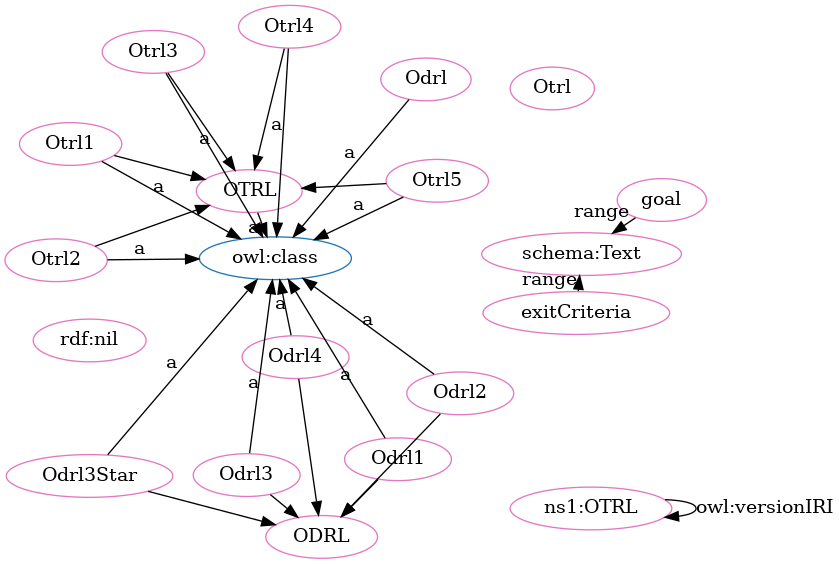
This is OTRL-clean.png from OPEN-NEXT/OKH-LOSH, a Graphviz export, as it was before one commit. Its source is kept beside it as OTRL-clean.dot.
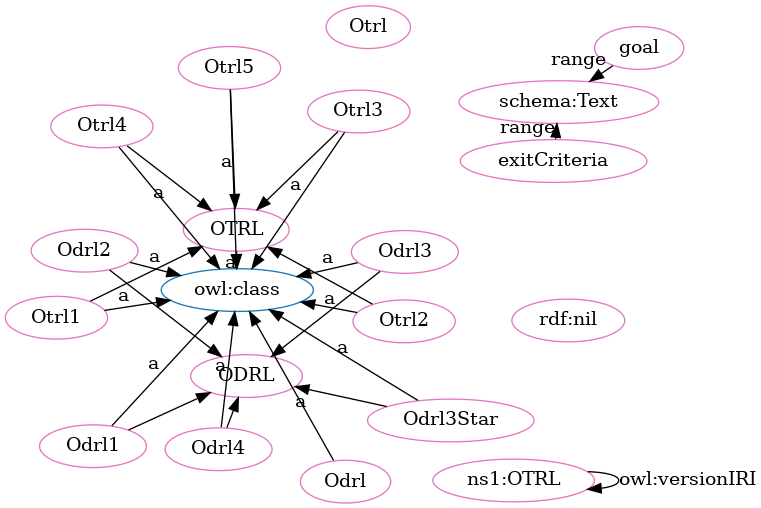
The same file after the commit.

Diff of the diagram source:
```diff
@@ -1,51 +1,51 @@
 digraph G {
   rankdir=BT
   node[height=.3]
+"http://purl.org/oseg/ontologies/OTRL#ODRL" [fillcolor="#1f77b4" color="#1f77b4" label="ODRL"]
 "http://purl.org/oseg/ontologies/OTRL#OTRL" [fillcolor="#1f77b4" color="#1f77b4" label="OTRL"]
 "http://www.w3.org/2002/07/owl#class" [fillcolor="#1f77b4" color="#1f77b4" label="owl:class"]
-"http://purl.org/oseg/ontologies/OTRL#ODRL" [fillcolor="#1f77b4" color="#1f77b4" label="ODRL"]
+"http://purl.org/oseg/ontologies/OTRL#OTRL" [fillcolor="#e377c2" color="#e377c2" label="OTRL"]
+"http://purl.org/oseg/ontologies/OTRL#Otrl" [fillcolor="#e377c2" color="#e377c2" label="Otrl"]
+"http://www.w3.org/1999/02/22-rdf-syntax-ns#nil" [fillcolor="#e377c2" color="#e377c2" label="rdf:nil"]
 "http://purl.org/oseg/ontologies/OTRL#Otrl3" [fillcolor="#e377c2" color="#e377c2" label="Otrl3"]
+"http://purl.org/oseg/ontologies/OTRL#Odrl3" [fillcolor="#e377c2" color="#e377c2" label="Odrl3"]
+"http://purl.org/oseg/ontologies/OTRL#ODRL" [fillcolor="#e377c2" color="#e377c2" label="ODRL"]
+"http://purl.org/oseg/ontologies/OTRL#Odrl2" [fillcolor="#e377c2" color="#e377c2" label="Odrl2"]
+"http://schema.org/Text" [fillcolor="#e377c2" color="#e377c2" label="schema:Text"]
+"http://purl.org/oseg/ontologies/OTRL#Otrl1" [fillcolor="#e377c2" color="#e377c2" label="Otrl1"]
+"http://purl.org/oseg/ontologies/OTRL" [fillcolor="#e377c2" color="#e377c2" label="ns1:OTRL"]
+"http://purl.org/oseg/ontologies/OTRL#goal" [fillcolor="#e377c2" color="#e377c2" label="goal"]
+"http://purl.org/oseg/ontologies/OTRL#Odrl4" [fillcolor="#e377c2" color="#e377c2" label="Odrl4"]
 "http://purl.org/oseg/ontologies/OTRL#Odrl" [fillcolor="#e377c2" color="#e377c2" label="Odrl"]
-"http://purl.org/oseg/ontologies/OTRL#OTRL" [fillcolor="#e377c2" color="#e377c2" label="OTRL"]
-"http://schema.org/Text" [fillcolor="#e377c2" color="#e377c2" label="schema:Text"]
-"http://purl.org/oseg/ontologies/OTRL" [fillcolor="#e377c2" color="#e377c2" label="ns1:OTRL"]
-"http://purl.org/oseg/ontologies/OTRL#Odrl4" [fillcolor="#e377c2" color="#e377c2" label="Odrl4"]
-"http://purl.org/oseg/ontologies/OTRL#goal" [fillcolor="#e377c2" color="#e377c2" label="goal"]
-"http://purl.org/oseg/ontologies/OTRL#ODRL" [fillcolor="#e377c2" color="#e377c2" label="ODRL"]
+"http://purl.org/oseg/ontologies/OTRL#Odrl1" [fillcolor="#e377c2" color="#e377c2" label="Odrl1"]
+"http://purl.org/oseg/ontologies/OTRL#exitCriteria" [fillcolor="#e377c2" color="#e377c2" label="exitCriteria"]
+"http://purl.org/oseg/ontologies/OTRL#Otrl2" [fillcolor="#e377c2" color="#e377c2" label="Otrl2"]
+"http://purl.org/oseg/ontologies/OTRL#Otrl4" [fillcolor="#e377c2" color="#e377c2" label="Otrl4"]
 "http://purl.org/oseg/ontologies/OTRL#Odrl3Star" [fillcolor="#e377c2" color="#e377c2" label="Odrl3Star"]
-"http://www.w3.org/1999/02/22-rdf-syntax-ns#nil" [fillcolor="#e377c2" color="#e377c2" label="rdf:nil"]
 "http://purl.org/oseg/ontologies/OTRL#Otrl5" [fillcolor="#e377c2" color="#e377c2" label="Otrl5"]
-"http://purl.org/oseg/ontologies/OTRL#Otrl" [fillcolor="#e377c2" color="#e377c2" label="Otrl"]
-"http://purl.org/oseg/ontologies/OTRL#Odrl3" [fillcolor="#e377c2" color="#e377c2" label="Odrl3"]
-"http://purl.org/oseg/ontologies/OTRL#Otrl2" [fillcolor="#e377c2" color="#e377c2" label="Otrl2"]
-"http://purl.org/oseg/ontologies/OTRL#exitCriteria" [fillcolor="#e377c2" color="#e377c2" label="exitCriteria"]
-"http://purl.org/oseg/ontologies/OTRL#Odrl1" [fillcolor="#e377c2" color="#e377c2" label="Odrl1"]
-"http://purl.org/oseg/ontologies/OTRL#Otrl1" [fillcolor="#e377c2" color="#e377c2" label="Otrl1"]
-"http://purl.org/oseg/ontologies/OTRL#Odrl2" [fillcolor="#e377c2" color="#e377c2" label="Odrl2"]
-"http://purl.org/oseg/ontologies/OTRL#Otrl4" [fillcolor="#e377c2" color="#e377c2" label="Otrl4"]
+  "http://purl.org/oseg/ontologies/OTRL#Odrl3" -> "http://www.w3.org/2002/07/owl#class" [label="a"]
+  "http://purl.org/oseg/ontologies/OTRL#Odrl2" -> "http://www.w3.org/2002/07/owl#class" [label="a"]
+  "http://purl.org/oseg/ontologies/OTRL" -> "http://purl.org/oseg/ontologies/OTRL" [label="owl:versionIRI"]
+  "http://purl.org/oseg/ontologies/OTRL#Otrl4" -> "http://purl.org/oseg/ontologies/OTRL#OTRL" [label=""]
+  "http://purl.org/oseg/ontologies/OTRL#Odrl3" -> "http://purl.org/oseg/ontologies/OTRL#ODRL" [label=""]
+  "http://purl.org/oseg/ontologies/OTRL#Odrl1" -> "http://purl.org/oseg/ontologies/OTRL#ODRL" [label=""]
+  "http://purl.org/oseg/ontologies/OTRL#Odrl" -> "http://www.w3.org/2002/07/owl#class" [label="a"]
+  "http://purl.org/oseg/ontologies/OTRL#Odrl4" -> "http://purl.org/oseg/ontologies/OTRL#ODRL" [label=""]
+  "http://purl.org/oseg/ontologies/OTRL#Otrl1" -> "http://purl.org/oseg/ontologies/OTRL#OTRL" [label=""]
+  "http://purl.org/oseg/ontologies/OTRL#goal" -> "http://schema.org/Text" [label="range"]
+  "http://purl.org/oseg/ontologies/OTRL#Odrl2" -> "http://purl.org/oseg/ontologies/OTRL#ODRL" [label=""]
+  "http://purl.org/oseg/ontologies/OTRL#Otrl5" -> "http://purl.org/oseg/ontologies/OTRL#OTRL" [label=""]
+  "http://purl.org/oseg/ontologies/OTRL#Otrl5" -> "http://www.w3.org/2002/07/owl#class" [label="a"]
+  "http://purl.org/oseg/ontologies/OTRL#Otrl3" -> "http://purl.org/oseg/ontologies/OTRL#OTRL" [label=""]
+  "http://purl.org/oseg/ontologies/OTRL#Otrl3" -> "http://www.w3.org/2002/07/owl#class" [label="a"]
+  "http://purl.org/oseg/ontologies/OTRL#Odrl3Star" -> "http://purl.org/oseg/ontologies/OTRL#ODRL" [label=""]
+  "http://purl.org/oseg/ontologies/OTRL#exitCriteria" -> "http://schema.org/Text" [label="range"]
+  "http://purl.org/oseg/ontologies/OTRL#Otrl1" -> "http://www.w3.org/2002/07/owl#class" [label="a"]
+  "http://purl.org/oseg/ontologies/OTRL#Odrl4" -> "http://www.w3.org/2002/07/owl#class" [label="a"]
   "http://purl.org/oseg/ontologies/OTRL#OTRL" -> "http://www.w3.org/2002/07/owl#class" [label="a"]
-  "http://purl.org/oseg/ontologies/OTRL#goal" -> "http://schema.org/Text" [label="range"]
-  "http://purl.org/oseg/ontologies/OTRL#Odrl" -> "http://www.w3.org/2002/07/owl#class" [label="a"]
-  "http://purl.org/oseg/ontologies/OTRL#Odrl3" -> "http://purl.org/oseg/ontologies/OTRL#ODRL" [label=""]
+  "http://purl.org/oseg/ontologies/OTRL#Odrl1" -> "http://www.w3.org/2002/07/owl#class" [label="a"]
   "http://purl.org/oseg/ontologies/OTRL#Otrl2" -> "http://purl.org/oseg/ontologies/OTRL#OTRL" [label=""]
-  "http://purl.org/oseg/ontologies/OTRL#Otrl1" -> "http://purl.org/oseg/ontologies/OTRL#OTRL" [label=""]
-  "http://purl.org/oseg/ontologies/OTRL#Odrl1" -> "http://purl.org/oseg/ontologies/OTRL#ODRL" [label=""]
-  "http://purl.org/oseg/ontologies/OTRL#Otrl4" -> "http://purl.org/oseg/ontologies/OTRL#OTRL" [label=""]
-  "http://purl.org/oseg/ontologies/OTRL#exitCriteria" -> "http://schema.org/Text" [label="range"]
-  "http://purl.org/oseg/ontologies/OTRL#Otrl3" -> "http://www.w3.org/2002/07/owl#class" [label="a"]
-  "http://purl.org/oseg/ontologies/OTRL#Odrl4" -> "http://www.w3.org/2002/07/owl#class" [label="a"]
+  "http://purl.org/oseg/ontologies/OTRL#Otrl2" -> "http://www.w3.org/2002/07/owl#class" [label="a"]
+  "http://purl.org/oseg/ontologies/OTRL#Otrl4" -> "http://www.w3.org/2002/07/owl#class" [label="a"]
   "http://purl.org/oseg/ontologies/OTRL#Odrl3Star" -> "http://www.w3.org/2002/07/owl#class" [label="a"]
-  "http://purl.org/oseg/ontologies/OTRL#Odrl3Star" -> "http://purl.org/oseg/ontologies/OTRL#ODRL" [label=""]
-  "http://purl.org/oseg/ontologies/OTRL#Otrl5" -> "http://www.w3.org/2002/07/owl#class" [label="a"]
-  "http://purl.org/oseg/ontologies/OTRL#Otrl5" -> "http://purl.org/oseg/ontologies/OTRL#OTRL" [label=""]
-  "http://purl.org/oseg/ontologies/OTRL#Otrl3" -> "http://purl.org/oseg/ontologies/OTRL#OTRL" [label=""]
-  "http://purl.org/oseg/ontologies/OTRL#Otrl4" -> "http://www.w3.org/2002/07/owl#class" [label="a"]
-  "http://purl.org/oseg/ontologies/OTRL#Odrl3" -> "http://www.w3.org/2002/07/owl#class" [label="a"]
-  "http://purl.org/oseg/ontologies/OTRL#Otrl2" -> "http://www.w3.org/2002/07/owl#class" [label="a"]
-  "http://purl.org/oseg/ontologies/OTRL#Odrl4" -> "http://purl.org/oseg/ontologies/OTRL#ODRL" [label=""]
-  "http://purl.org/oseg/ontologies/OTRL" -> "http://purl.org/oseg/ontologies/OTRL" [label="owl:versionIRI"]
-  "http://purl.org/oseg/ontologies/OTRL#Odrl2" -> "http://purl.org/oseg/ontologies/OTRL#ODRL" [label=""]
-  "http://purl.org/oseg/ontologies/OTRL#Odrl1" -> "http://www.w3.org/2002/07/owl#class" [label="a"]
-  "http://purl.org/oseg/ontologies/OTRL#Odrl2" -> "http://www.w3.org/2002/07/owl#class" [label="a"]
-  "http://purl.org/oseg/ontologies/OTRL#Otrl1" -> "http://www.w3.org/2002/07/owl#class" [label="a"]
 }
```
